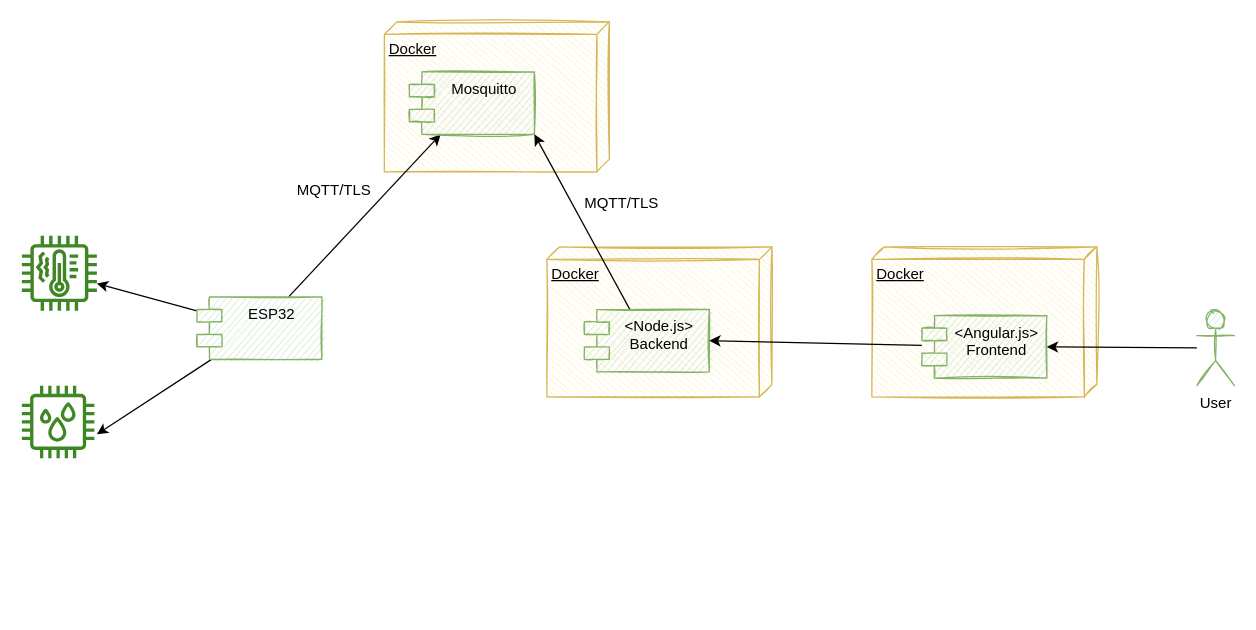
Above: docs/Architecture.drawio in kronleuchter85/ceiot_desarrollo_apps_iot (draw.io), before the change. Source tidied: cells renumbered, new cells numbered last; positions are measured from the earlier drawing's top-left corner, leaving out a move shared by most shapes. Both pictures are drawn from the tidied source at 125%, with x=0, y=0 at pixel (21, 21).
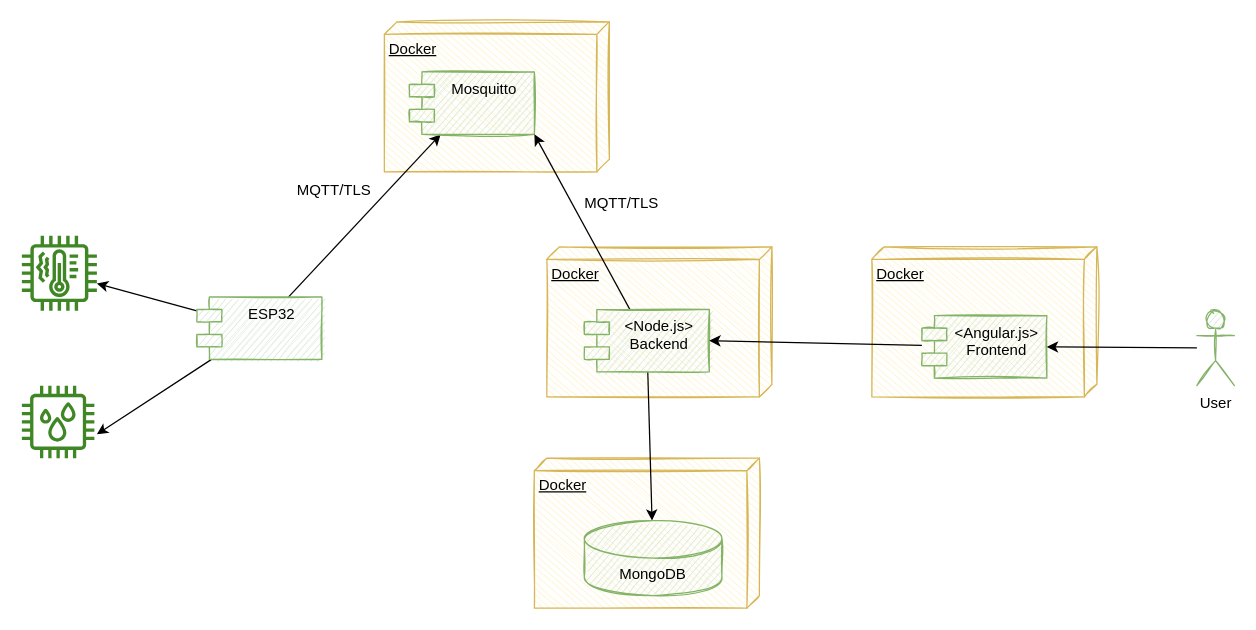
After the change.

The change refers to these unchanged cells:
```xml
<mxCell id="11" value="&lt;Node.js&gt;&#10;Backend" style="shape=module;align=left;spacingLeft=20;align=center;verticalAlign=top;sketch=1;fillColor=#d5e8d4;strokeColor=#82b366;" parent="1" vertex="1">
  <mxGeometry x="450" y="230" width="100" height="50" as="geometry" />
</mxCell>
```

Change to the diagram source:
```diff
@@
+    <mxCell id="20" value="Docker" style="verticalAlign=top;align=left;spacingTop=8;spacingLeft=2;spacingRight=12;shape=cube;size=10;direction=south;fontStyle=4;html=1;sketch=1;fillColor=#fff2cc;strokeColor=#d6b656;" parent="1" vertex="1">
+      <mxGeometry x="410" y="349" width="180" height="120" as="geometry" />
+    </mxCell>
@@
+    <mxCell id="21" style="rounded=0;jettySize=auto;html=1;" parent="1" edge="1" source="11" target="22">
+      <mxGeometry relative="1" as="geometry" />
+    </mxCell>
@@
+    <mxCell id="22" value="MongoDB" style="shape=cylinder3;whiteSpace=wrap;html=1;boundedLbl=1;backgroundOutline=1;size=15;sketch=1;fillColor=#d5e8d4;strokeColor=#82b366;" parent="1" vertex="1">
+      <mxGeometry x="450" y="399" width="110" height="60" as="geometry" />
+    </mxCell>
```
